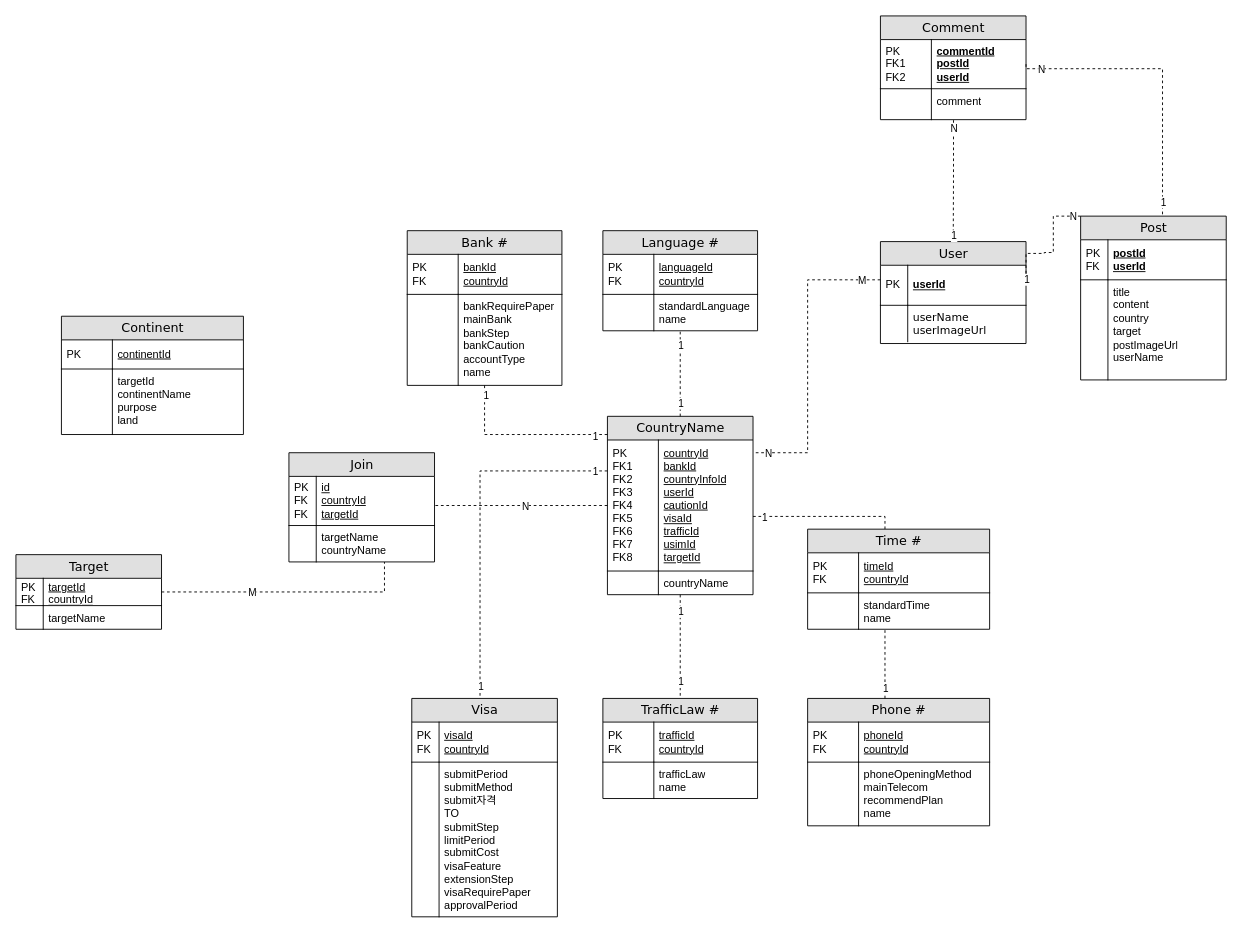
Earlier version of the draw.io diagram ERD.drawio (qwe1234k/finalProjectERD). Source tidied: cells renumbered, new cells numbered last; positions are measured from the earlier drawing's top-left corner, leaving out a move shared by most shapes. Both pictures are drawn from the tidied source at 91%, with x=0, y=0 at pixel (15, 15).
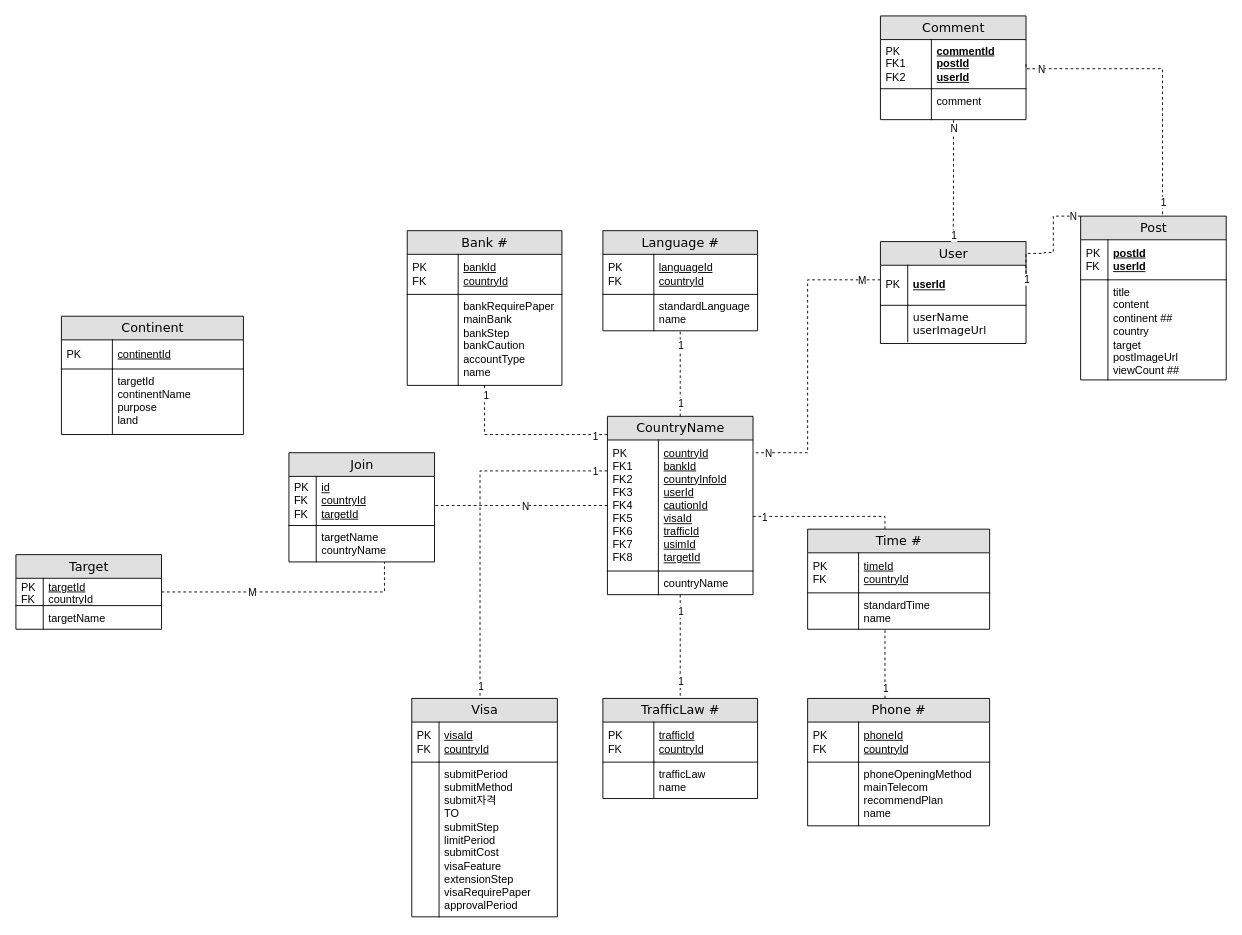
The same diagram, later.

The change refers to these unchanged cells:
```xml
<mxCell id="7" value="Post" style="swimlane;html=1;fontStyle=0;horizontal=1;startSize=26;fillColor=#e0e0e0;swimlaneFillColor=#ffffff;align=center;rounded=0;shadow=0;comic=0;labelBackgroundColor=none;strokeWidth=1;fontFamily=Verdana;fontSize=14;" parent="1" vertex="1">
  <mxGeometry x="1170" y="220" width="160" height="180" as="geometry" />
</mxCell>
```

Change to the diagram source:
```diff
@@
-    <mxCell id="10" value="title&lt;br&gt;content&lt;br&gt;country&lt;br&gt;target&lt;br&gt;postImageUrl&lt;br&gt;userName" style="shape=partialRectangle;top=0;left=0;right=0;bottom=0;html=1;align=left;verticalAlign=top;fillColor=none;spacingLeft=34;spacingRight=4;whiteSpace=wrap;overflow=hidden;" parent="7" vertex="1">
+    <mxCell id="10" value="title&lt;br&gt;content&lt;br&gt;continent ##&lt;br&gt;country&lt;br&gt;target&lt;br&gt;postImageUrl&lt;br&gt;viewCount ##" style="shape=partialRectangle;top=0;left=0;right=0;bottom=0;html=1;align=left;verticalAlign=top;fillColor=none;spacingLeft=34;spacingRight=4;whiteSpace=wrap;overflow=hidden;" parent="7" vertex="1">
       <mxGeometry y="70" width="160" height="110" as="geometry" />
     </mxCell>
```
